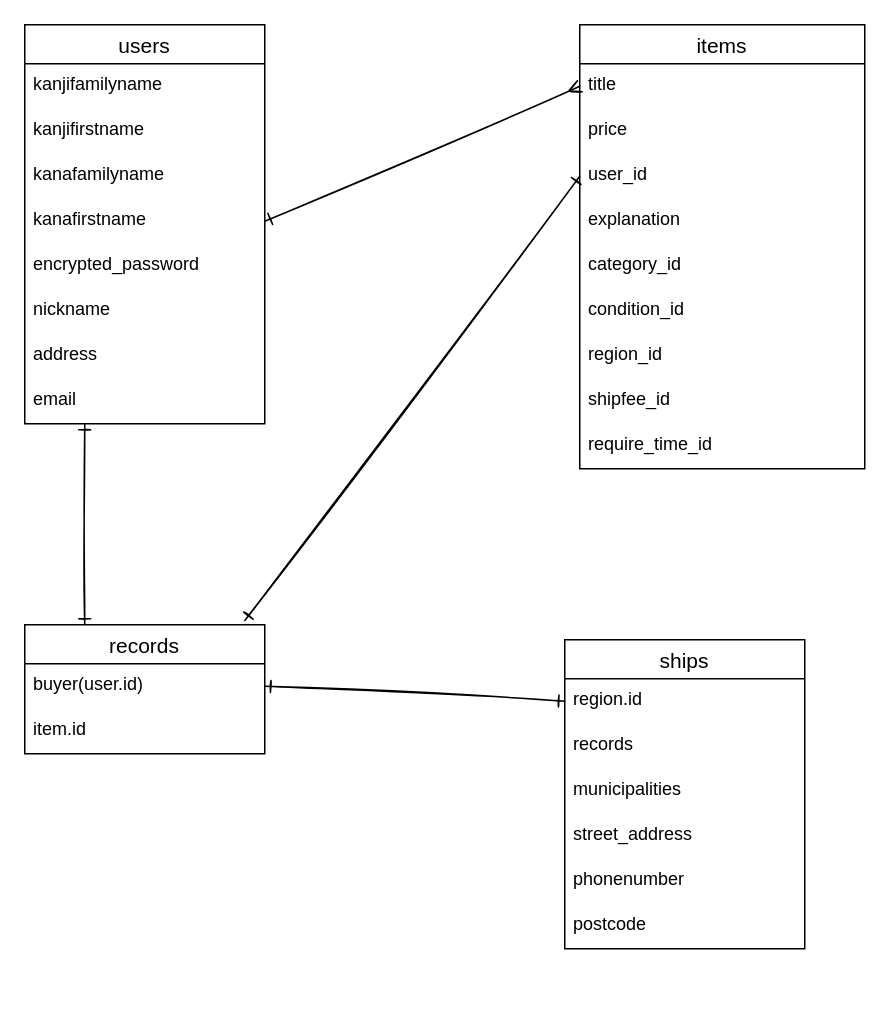
Before: furima.dio in unitoro0903/furima-40427, a draw.io diagram. Source tidied: cells renumbered, new cells numbered last; positions are measured from the earlier drawing's top-left corner, leaving out a move shared by most shapes. Both pictures are drawn from the tidied source at 150%, with x=0, y=0 at pixel (24, 24).
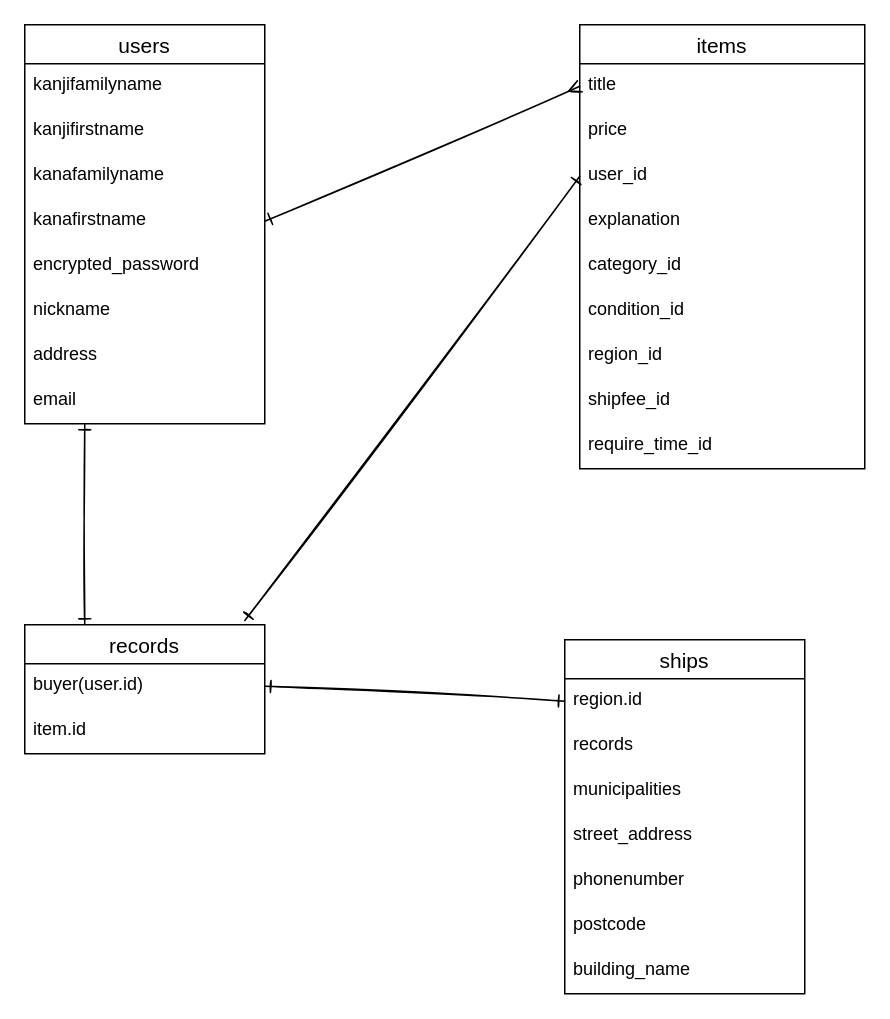
The same diagram, later.

Diff of the diagram source:
```diff
@@
     <mxCell id="25" value="ships" style="swimlane;fontStyle=0;horizontal=1;startSize=26;align=center;fontSize=14;strokeColor=default;" parent="1" vertex="1">
-      <mxGeometry x="360" y="410" width="160" height="206" as="geometry" />
+      <mxGeometry x="360" y="410" width="160" height="236" as="geometry" />
     </mxCell>
@@
+    <mxCell id="35" value="building_name" style="text;strokeColor=none;fillColor=none;spacingLeft=4;spacingRight=4;overflow=hidden;fontSize=12;" parent="25" vertex="1">
+      <mxGeometry y="206" width="160" height="30" as="geometry" />
+    </mxCell>
```
